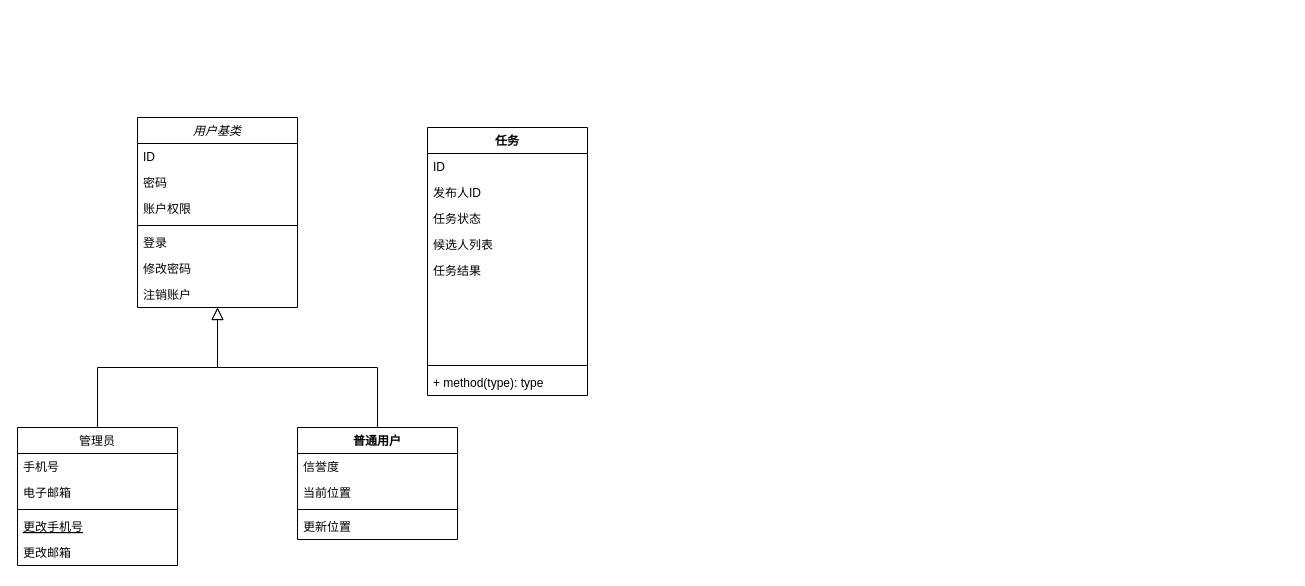
Earlier version of the draw.io diagram 类.drawio (SSSSiren/Photos). Source tidied: cells renumbered, new cells numbered last; positions are measured from the earlier drawing's top-left corner, leaving out a move shared by most shapes. Both pictures are drawn from the tidied source at 100%, with x=0, y=0 at pixel (17, 117).
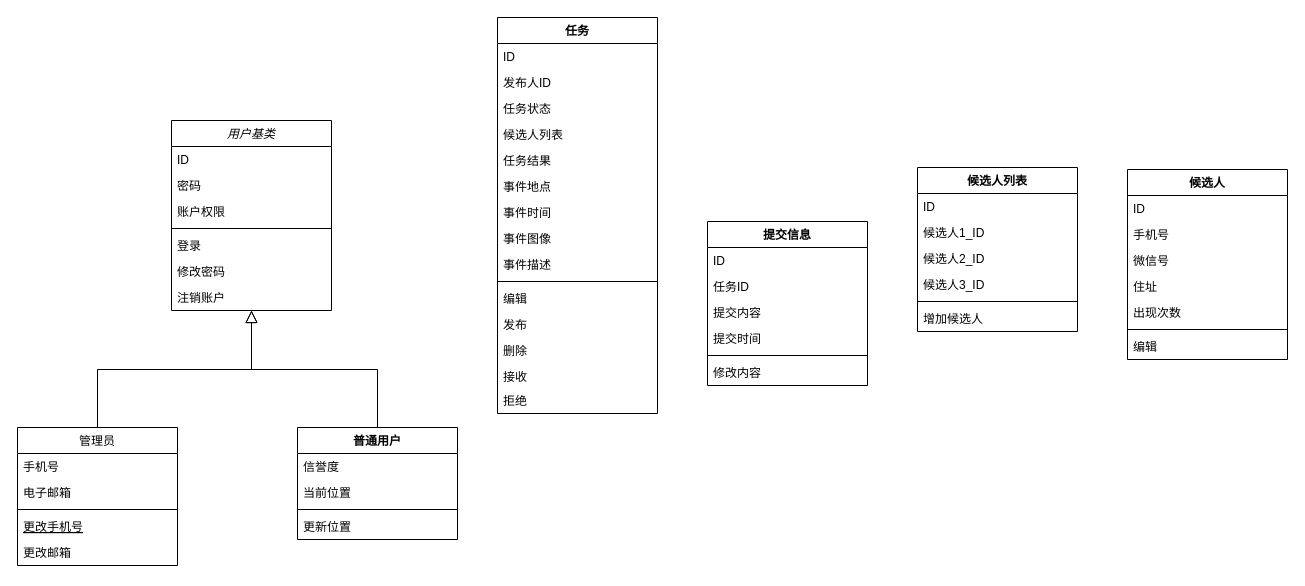
Above is the later version.

What changed in the source:
```diff
@@
     <mxCell id="2" value="用户基类" style="swimlane;fontStyle=2;align=center;verticalAlign=top;horizontal=1;startSize=26;rounded=0;shadow=0;strokeWidth=1;" parent="1" vertex="1">
-      <mxGeometry x="120" width="160" height="190" as="geometry" />
+      <mxGeometry x="154" y="3" width="160" height="190" as="geometry" />
     </mxCell>
@@
     <mxCell id="23" value="任务" style="swimlane;fontStyle=1;align=center;verticalAlign=top;horizontal=1;startSize=26;whiteSpace=wrap;html=1;" parent="1" vertex="1">
-      <mxGeometry x="410" y="10" width="160" height="268" as="geometry" />
+      <mxGeometry x="480" y="-100" width="160" height="396" as="geometry" />
     </mxCell>
@@
-    <mxCell id="29" style="text;strokeColor=none;fillColor=none;align=left;verticalAlign=top;spacingLeft=4;spacingRight=4;overflow=hidden;whiteSpace=wrap;html=1;" parent="23" vertex="1">
+    <mxCell id="29" value="事件地点" style="text;strokeColor=none;fillColor=none;align=left;verticalAlign=top;spacingLeft=4;spacingRight=4;overflow=hidden;whiteSpace=wrap;html=1;" parent="23" vertex="1">
       <mxGeometry y="156" width="160" height="26" as="geometry" />
     </mxCell>
-    <mxCell id="30" style="text;strokeColor=none;fillColor=none;align=left;verticalAlign=top;spacingLeft=4;spacingRight=4;overflow=hidden;whiteSpace=wrap;html=1;" parent="23" vertex="1">
+    <mxCell id="30" value="事件时间" style="text;strokeColor=none;fillColor=none;align=left;verticalAlign=top;spacingLeft=4;spacingRight=4;overflow=hidden;whiteSpace=wrap;html=1;" parent="23" vertex="1">
       <mxGeometry y="182" width="160" height="26" as="geometry" />
     </mxCell>
-    <mxCell id="31" style="text;strokeColor=none;fillColor=none;align=left;verticalAlign=top;spacingLeft=4;spacingRight=4;overflow=hidden;whiteSpace=wrap;html=1;" parent="23" vertex="1">
+    <mxCell id="31" value="事件图像" style="text;strokeColor=none;fillColor=none;align=left;verticalAlign=top;spacingLeft=4;spacingRight=4;overflow=hidden;whiteSpace=wrap;html=1;" parent="23" vertex="1">
       <mxGeometry y="208" width="160" height="26" as="geometry" />
     </mxCell>
+    <mxCell id="34" value="事件描述" style="text;strokeColor=none;fillColor=none;align=left;verticalAlign=top;spacingLeft=4;spacingRight=4;overflow=hidden;whiteSpace=wrap;html=1;" parent="23" vertex="1">
+      <mxGeometry y="234" width="160" height="26" as="geometry" />
+    </mxCell>
     <mxCell id="32" style="line;strokeWidth=1;fillColor=none;align=left;verticalAlign=middle;spacingTop=-1;spacingLeft=3;spacingRight=3;labelPosition=right;strokeColor=inherit;" parent="23" vertex="1">
-      <mxGeometry y="234" width="160" height="8" as="geometry" />
+      <mxGeometry y="260" width="160" height="8" as="geometry" />
     </mxCell>
-    <mxCell id="33" value="+ method(type): type" style="text;strokeColor=none;fillColor=none;align=left;verticalAlign=top;spacingLeft=4;spacingRight=4;overflow=hidden;whiteSpace=wrap;html=1;" parent="23" vertex="1">
-      <mxGeometry y="242" width="160" height="26" as="geometry" />
+    <mxCell id="33" value="编辑" style="text;strokeColor=none;fillColor=none;align=left;verticalAlign=top;spacingLeft=4;spacingRight=4;overflow=hidden;whiteSpace=wrap;html=1;" parent="23" vertex="1">
+      <mxGeometry y="268" width="160" height="26" as="geometry" />
     </mxCell>
+    <mxCell id="35" value="发布" style="text;strokeColor=none;fillColor=none;align=left;verticalAlign=top;spacingLeft=4;spacingRight=4;overflow=hidden;whiteSpace=wrap;html=1;" parent="23" vertex="1">
+      <mxGeometry y="294" width="160" height="26" as="geometry" />
+    </mxCell>
+    <mxCell id="36" value="删除" style="text;strokeColor=none;fillColor=none;align=left;verticalAlign=top;spacingLeft=4;spacingRight=4;overflow=hidden;whiteSpace=wrap;html=1;" parent="23" vertex="1">
+      <mxGeometry y="320" width="160" height="26" as="geometry" />
+    </mxCell>
+    <mxCell id="37" value="接收" style="text;strokeColor=none;fillColor=none;align=left;verticalAlign=top;spacingLeft=4;spacingRight=4;overflow=hidden;whiteSpace=wrap;html=1;" parent="23" vertex="1">
+      <mxGeometry y="346" width="160" height="24" as="geometry" />
+    </mxCell>
+    <mxCell id="38" value="拒绝" style="text;strokeColor=none;fillColor=none;align=left;verticalAlign=top;spacingLeft=4;spacingRight=4;overflow=hidden;whiteSpace=wrap;html=1;" parent="23" vertex="1">
+      <mxGeometry y="370" width="160" height="26" as="geometry" />
+    </mxCell>
+    <mxCell id="39" value="提交信息" style="swimlane;fontStyle=1;align=center;verticalAlign=top;horizontal=1;startSize=26;whiteSpace=wrap;html=1;" parent="1" vertex="1">
+      <mxGeometry x="690" y="104" width="160" height="164" as="geometry" />
+    </mxCell>
+    <mxCell id="40" value="ID" style="text;strokeColor=none;fillColor=none;align=left;verticalAlign=top;spacingLeft=4;spacingRight=4;overflow=hidden;whiteSpace=wrap;html=1;" parent="39" vertex="1">
+      <mxGeometry y="26" width="160" height="26" as="geometry" />
+    </mxCell>
+    <mxCell id="41" value="任务ID" style="text;strokeColor=none;fillColor=none;align=left;verticalAlign=top;spacingLeft=4;spacingRight=4;overflow=hidden;whiteSpace=wrap;html=1;" parent="39" vertex="1">
+      <mxGeometry y="52" width="160" height="26" as="geometry" />
+    </mxCell>
+    <mxCell id="42" value="提交内容" style="text;strokeColor=none;fillColor=none;align=left;verticalAlign=top;spacingLeft=4;spacingRight=4;overflow=hidden;whiteSpace=wrap;html=1;" parent="39" vertex="1">
+      <mxGeometry y="78" width="160" height="26" as="geometry" />
+    </mxCell>
+    <mxCell id="43" value="提交时间" style="text;strokeColor=none;fillColor=none;align=left;verticalAlign=top;spacingLeft=4;spacingRight=4;overflow=hidden;whiteSpace=wrap;html=1;" parent="39" vertex="1">
+      <mxGeometry y="104" width="160" height="26" as="geometry" />
+    </mxCell>
+    <mxCell id="44" style="line;strokeWidth=1;fillColor=none;align=left;verticalAlign=middle;spacingTop=-1;spacingLeft=3;spacingRight=3;labelPosition=right;strokeColor=inherit;" parent="39" vertex="1">
+      <mxGeometry y="130" width="160" height="8" as="geometry" />
+    </mxCell>
+    <mxCell id="45" value="修改内容" style="text;strokeColor=none;fillColor=none;align=left;verticalAlign=top;spacingLeft=4;spacingRight=4;overflow=hidden;whiteSpace=wrap;html=1;" parent="39" vertex="1">
+      <mxGeometry y="138" width="160" height="26" as="geometry" />
+    </mxCell>
+    <mxCell id="46" value="候选人列表" style="swimlane;fontStyle=1;align=center;verticalAlign=top;horizontal=1;startSize=26;whiteSpace=wrap;html=1;" parent="1" vertex="1">
+      <mxGeometry x="900" y="50" width="160" height="164" as="geometry" />
+    </mxCell>
+    <mxCell id="47" value="ID" style="text;strokeColor=none;fillColor=none;align=left;verticalAlign=top;spacingLeft=4;spacingRight=4;overflow=hidden;whiteSpace=wrap;html=1;" parent="46" vertex="1">
+      <mxGeometry y="26" width="160" height="26" as="geometry" />
+    </mxCell>
+    <mxCell id="48" value="候选人1_ID" style="text;strokeColor=none;fillColor=none;align=left;verticalAlign=top;spacingLeft=4;spacingRight=4;overflow=hidden;whiteSpace=wrap;html=1;" parent="46" vertex="1">
+      <mxGeometry y="52" width="160" height="26" as="geometry" />
+    </mxCell>
+    <mxCell id="49" value="候选人2_ID" style="text;strokeColor=none;fillColor=none;align=left;verticalAlign=top;spacingLeft=4;spacingRight=4;overflow=hidden;whiteSpace=wrap;html=1;" parent="46" vertex="1">
+      <mxGeometry y="78" width="160" height="26" as="geometry" />
+    </mxCell>
+    <mxCell id="50" value="候选人3_ID" style="text;strokeColor=none;fillColor=none;align=left;verticalAlign=top;spacingLeft=4;spacingRight=4;overflow=hidden;whiteSpace=wrap;html=1;" parent="46" vertex="1">
+      <mxGeometry y="104" width="160" height="26" as="geometry" />
+    </mxCell>
+    <mxCell id="51" style="line;strokeWidth=1;fillColor=none;align=left;verticalAlign=middle;spacingTop=-1;spacingLeft=3;spacingRight=3;labelPosition=right;strokeColor=inherit;" parent="46" vertex="1">
+      <mxGeometry y="130" width="160" height="8" as="geometry" />
+    </mxCell>
+    <mxCell id="52" value="增加候选人" style="text;strokeColor=none;fillColor=none;align=left;verticalAlign=top;spacingLeft=4;spacingRight=4;overflow=hidden;whiteSpace=wrap;html=1;" parent="46" vertex="1">
+      <mxGeometry y="138" width="160" height="26" as="geometry" />
+    </mxCell>
+    <mxCell id="53" value="候选人" style="swimlane;fontStyle=1;align=center;verticalAlign=top;horizontal=1;startSize=26;whiteSpace=wrap;html=1;" parent="1" vertex="1">
+      <mxGeometry x="1110" y="52" width="160" height="190" as="geometry" />
+    </mxCell>
+    <mxCell id="54" value="ID" style="text;strokeColor=none;fillColor=none;align=left;verticalAlign=top;spacingLeft=4;spacingRight=4;overflow=hidden;whiteSpace=wrap;html=1;" parent="53" vertex="1">
+      <mxGeometry y="26" width="160" height="26" as="geometry" />
+    </mxCell>
+    <mxCell id="55" value="手机号" style="text;strokeColor=none;fillColor=none;align=left;verticalAlign=top;spacingLeft=4;spacingRight=4;overflow=hidden;whiteSpace=wrap;html=1;" parent="53" vertex="1">
+      <mxGeometry y="52" width="160" height="26" as="geometry" />
+    </mxCell>
+    <mxCell id="56" value="微信号" style="text;strokeColor=none;fillColor=none;align=left;verticalAlign=top;spacingLeft=4;spacingRight=4;overflow=hidden;whiteSpace=wrap;html=1;" parent="53" vertex="1">
+      <mxGeometry y="78" width="160" height="26" as="geometry" />
+    </mxCell>
+    <mxCell id="57" value="住址" style="text;strokeColor=none;fillColor=none;align=left;verticalAlign=top;spacingLeft=4;spacingRight=4;overflow=hidden;whiteSpace=wrap;html=1;" parent="53" vertex="1">
+      <mxGeometry y="104" width="160" height="26" as="geometry" />
+    </mxCell>
+    <mxCell id="58" value="出现次数" style="text;strokeColor=none;fillColor=none;align=left;verticalAlign=top;spacingLeft=4;spacingRight=4;overflow=hidden;whiteSpace=wrap;html=1;" parent="53" vertex="1">
+      <mxGeometry y="130" width="160" height="26" as="geometry" />
+    </mxCell>
+    <mxCell id="59" style="line;strokeWidth=1;fillColor=none;align=left;verticalAlign=middle;spacingTop=-1;spacingLeft=3;spacingRight=3;labelPosition=right;strokeColor=inherit;" parent="53" vertex="1">
+      <mxGeometry y="156" width="160" height="8" as="geometry" />
+    </mxCell>
+    <mxCell id="60" value="编辑" style="text;strokeColor=none;fillColor=none;align=left;verticalAlign=top;spacingLeft=4;spacingRight=4;overflow=hidden;whiteSpace=wrap;html=1;" parent="53" vertex="1">
+      <mxGeometry y="164" width="160" height="26" as="geometry" />
+    </mxCell>
```
